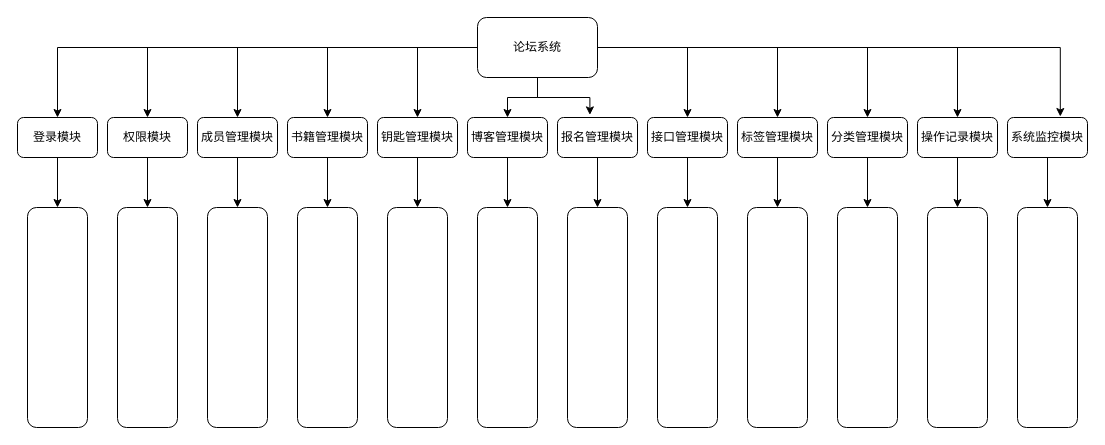
Earlier version of the draw.io diagram 11.drawio (iznilul/A-draw.io). Source tidied: cells renumbered, new cells numbered last; positions are measured from the earlier drawing's top-left corner, leaving out a move shared by most shapes. Both pictures are drawn from the tidied source at 100%, with x=0, y=0 at pixel (-53, 17).
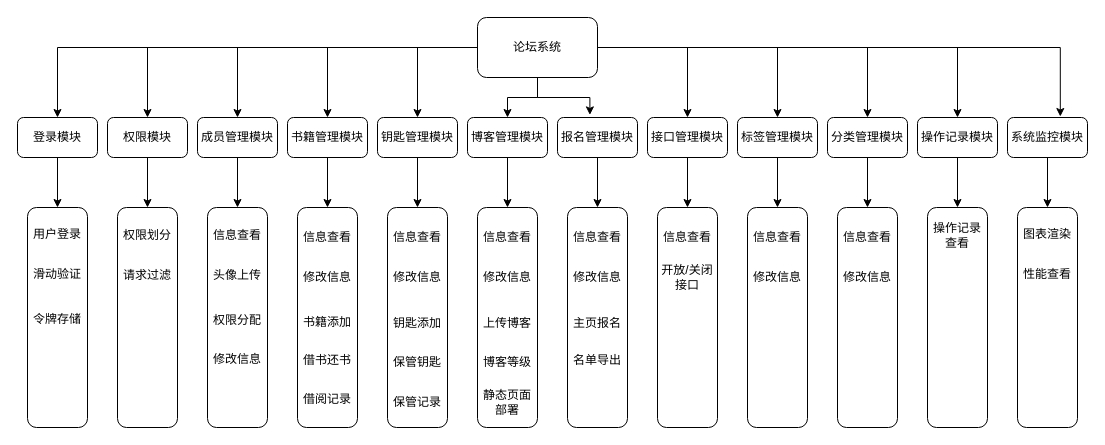
Above is the later version.

Change to the diagram source:
```diff
@@
-    <mxCell id="39" style="rounded=1;whiteSpace=wrap;html=1;rotation=90;" parent="1" vertex="1">
+    <mxCell id="39" style="rounded=1;whiteSpace=wrap;html=1;rotation=90;verticalAlign=middle;" parent="1" vertex="1">
       <mxGeometry y="270" width="220" height="60" as="geometry" />
     </mxCell>
@@
+    <mxCell id="51" value="用户登录" style="text;html=1;strokeColor=none;fillColor=none;align=center;verticalAlign=middle;whiteSpace=wrap;rounded=0;" parent="1" vertex="1">
+      <mxGeometry x="80" y="201.5" width="60" height="30" as="geometry" />
+    </mxCell>
+    <mxCell id="52" value="滑动验证" style="text;html=1;strokeColor=none;fillColor=none;align=center;verticalAlign=middle;whiteSpace=wrap;rounded=0;" parent="1" vertex="1">
+      <mxGeometry x="80" y="241.5" width="60" height="30" as="geometry" />
+    </mxCell>
+    <mxCell id="53" value="令牌存储" style="text;html=1;strokeColor=none;fillColor=none;align=center;verticalAlign=middle;whiteSpace=wrap;rounded=0;" parent="1" vertex="1">
+      <mxGeometry x="80" y="286.5" width="60" height="30" as="geometry" />
+    </mxCell>
+    <mxCell id="54" value="权限划分" style="text;html=1;strokeColor=none;fillColor=none;align=center;verticalAlign=middle;whiteSpace=wrap;rounded=0;" parent="1" vertex="1">
+      <mxGeometry x="170" y="203" width="60" height="30" as="geometry" />
+    </mxCell>
+    <mxCell id="55" value="请求过滤" style="text;html=1;strokeColor=none;fillColor=none;align=center;verticalAlign=middle;whiteSpace=wrap;rounded=0;" parent="1" vertex="1">
+      <mxGeometry x="170" y="243" width="60" height="30" as="geometry" />
+    </mxCell>
+    <mxCell id="56" value="信息查看" style="text;html=1;strokeColor=none;fillColor=none;align=center;verticalAlign=middle;whiteSpace=wrap;rounded=0;" parent="1" vertex="1">
+      <mxGeometry x="260" y="203" width="60" height="30" as="geometry" />
+    </mxCell>
+    <mxCell id="57" value="头像上传" style="text;html=1;strokeColor=none;fillColor=none;align=center;verticalAlign=middle;whiteSpace=wrap;rounded=0;" parent="1" vertex="1">
+      <mxGeometry x="260" y="243" width="60" height="30" as="geometry" />
+    </mxCell>
+    <mxCell id="58" value="权限分配" style="text;html=1;strokeColor=none;fillColor=none;align=center;verticalAlign=middle;whiteSpace=wrap;rounded=0;" parent="1" vertex="1">
+      <mxGeometry x="260" y="288" width="60" height="30" as="geometry" />
+    </mxCell>
+    <mxCell id="59" value="修改信息" style="text;html=1;strokeColor=none;fillColor=none;align=center;verticalAlign=middle;whiteSpace=wrap;rounded=0;" parent="1" vertex="1">
+      <mxGeometry x="260" y="323" width="60" height="37" as="geometry" />
+    </mxCell>
+    <mxCell id="60" value="信息查看" style="text;html=1;strokeColor=none;fillColor=none;align=center;verticalAlign=middle;whiteSpace=wrap;rounded=0;" parent="1" vertex="1">
+      <mxGeometry x="350" y="204.5" width="60" height="30" as="geometry" />
+    </mxCell>
+    <mxCell id="61" value="修改信息" style="text;html=1;strokeColor=none;fillColor=none;align=center;verticalAlign=middle;whiteSpace=wrap;rounded=0;" parent="1" vertex="1">
+      <mxGeometry x="350" y="244.5" width="60" height="30" as="geometry" />
+    </mxCell>
+    <mxCell id="62" value="书籍添加" style="text;html=1;strokeColor=none;fillColor=none;align=center;verticalAlign=middle;whiteSpace=wrap;rounded=0;" parent="1" vertex="1">
+      <mxGeometry x="350" y="289.5" width="60" height="30" as="geometry" />
+    </mxCell>
+    <mxCell id="63" value="借书还书" style="text;html=1;strokeColor=none;fillColor=none;align=center;verticalAlign=middle;whiteSpace=wrap;rounded=0;" parent="1" vertex="1">
+      <mxGeometry x="350" y="324.5" width="60" height="37" as="geometry" />
+    </mxCell>
+    <mxCell id="64" value="借阅记录" style="text;html=1;strokeColor=none;fillColor=none;align=center;verticalAlign=middle;whiteSpace=wrap;rounded=0;" parent="1" vertex="1">
+      <mxGeometry x="350" y="364.5" width="60" height="35.5" as="geometry" />
+    </mxCell>
+    <mxCell id="65" value="钥匙添加" style="text;html=1;strokeColor=none;fillColor=none;align=center;verticalAlign=middle;whiteSpace=wrap;rounded=0;" parent="1" vertex="1">
+      <mxGeometry x="440" y="291" width="60" height="30" as="geometry" />
+    </mxCell>
+    <mxCell id="66" value="保管钥匙" style="text;html=1;strokeColor=none;fillColor=none;align=center;verticalAlign=middle;whiteSpace=wrap;rounded=0;" parent="1" vertex="1">
+      <mxGeometry x="440" y="326" width="60" height="37" as="geometry" />
+    </mxCell>
+    <mxCell id="67" value="保管记录" style="text;html=1;strokeColor=none;fillColor=none;align=center;verticalAlign=middle;whiteSpace=wrap;rounded=0;" parent="1" vertex="1">
+      <mxGeometry x="440" y="366" width="60" height="37" as="geometry" />
+    </mxCell>
+    <mxCell id="68" value="上传博客" style="text;html=1;strokeColor=none;fillColor=none;align=center;verticalAlign=middle;whiteSpace=wrap;rounded=0;" parent="1" vertex="1">
+      <mxGeometry x="530" y="291" width="60" height="30" as="geometry" />
+    </mxCell>
+    <mxCell id="69" value="博客等级" style="text;html=1;strokeColor=none;fillColor=none;align=center;verticalAlign=middle;whiteSpace=wrap;rounded=0;" parent="1" vertex="1">
+      <mxGeometry x="530" y="326" width="60" height="37" as="geometry" />
+    </mxCell>
+    <mxCell id="70" value="静态页面部署" style="text;html=1;strokeColor=none;fillColor=none;align=center;verticalAlign=middle;whiteSpace=wrap;rounded=0;" parent="1" vertex="1">
+      <mxGeometry x="530" y="366" width="60" height="37" as="geometry" />
+    </mxCell>
+    <mxCell id="71" value="主页报名" style="text;html=1;strokeColor=none;fillColor=none;align=center;verticalAlign=middle;whiteSpace=wrap;rounded=0;" parent="1" vertex="1">
+      <mxGeometry x="620" y="291" width="60" height="30" as="geometry" />
+    </mxCell>
+    <mxCell id="72" value="操作记录查看" style="text;html=1;strokeColor=none;fillColor=none;align=center;verticalAlign=middle;whiteSpace=wrap;rounded=0;" parent="1" vertex="1">
+      <mxGeometry x="980" y="203" width="60" height="30" as="geometry" />
+    </mxCell>
+    <mxCell id="73" value="图表渲染" style="text;html=1;strokeColor=none;fillColor=none;align=center;verticalAlign=middle;whiteSpace=wrap;rounded=0;" parent="1" vertex="1">
+      <mxGeometry x="1070" y="201.5" width="60" height="30" as="geometry" />
+    </mxCell>
+    <mxCell id="74" value="性能查看" style="text;html=1;strokeColor=none;fillColor=none;align=center;verticalAlign=middle;whiteSpace=wrap;rounded=0;" parent="1" vertex="1">
+      <mxGeometry x="1070" y="241.5" width="60" height="30" as="geometry" />
+    </mxCell>
+    <mxCell id="75" value="信息查看" style="text;html=1;strokeColor=none;fillColor=none;align=center;verticalAlign=middle;whiteSpace=wrap;rounded=0;" parent="1" vertex="1">
+      <mxGeometry x="440" y="204.5" width="60" height="30" as="geometry" />
+    </mxCell>
+    <mxCell id="76" value="修改信息" style="text;html=1;strokeColor=none;fillColor=none;align=center;verticalAlign=middle;whiteSpace=wrap;rounded=0;" parent="1" vertex="1">
+      <mxGeometry x="440" y="244.5" width="60" height="30" as="geometry" />
+    </mxCell>
+    <mxCell id="77" value="信息查看" style="text;html=1;strokeColor=none;fillColor=none;align=center;verticalAlign=middle;whiteSpace=wrap;rounded=0;" parent="1" vertex="1">
+      <mxGeometry x="530" y="204.5" width="60" height="30" as="geometry" />
+    </mxCell>
+    <mxCell id="78" value="修改信息" style="text;html=1;strokeColor=none;fillColor=none;align=center;verticalAlign=middle;whiteSpace=wrap;rounded=0;" parent="1" vertex="1">
+      <mxGeometry x="530" y="244.5" width="60" height="30" as="geometry" />
+    </mxCell>
+    <mxCell id="79" value="信息查看" style="text;html=1;strokeColor=none;fillColor=none;align=center;verticalAlign=middle;whiteSpace=wrap;rounded=0;" parent="1" vertex="1">
+      <mxGeometry x="620" y="204.5" width="60" height="30" as="geometry" />
+    </mxCell>
+    <mxCell id="80" value="修改信息" style="text;html=1;strokeColor=none;fillColor=none;align=center;verticalAlign=middle;whiteSpace=wrap;rounded=0;" parent="1" vertex="1">
+      <mxGeometry x="620" y="244.5" width="60" height="30" as="geometry" />
+    </mxCell>
+    <mxCell id="81" value="信息查看" style="text;html=1;strokeColor=none;fillColor=none;align=center;verticalAlign=middle;whiteSpace=wrap;rounded=0;" parent="1" vertex="1">
+      <mxGeometry x="710" y="204.5" width="60" height="30" as="geometry" />
+    </mxCell>
+    <mxCell id="82" value="开放/关闭接口" style="text;html=1;strokeColor=none;fillColor=none;align=center;verticalAlign=middle;whiteSpace=wrap;rounded=0;" parent="1" vertex="1">
+      <mxGeometry x="710" y="244.5" width="60" height="30" as="geometry" />
+    </mxCell>
+    <mxCell id="83" value="信息查看" style="text;html=1;strokeColor=none;fillColor=none;align=center;verticalAlign=middle;whiteSpace=wrap;rounded=0;" parent="1" vertex="1">
+      <mxGeometry x="800" y="204.5" width="60" height="30" as="geometry" />
+    </mxCell>
+    <mxCell id="84" value="修改信息" style="text;html=1;strokeColor=none;fillColor=none;align=center;verticalAlign=middle;whiteSpace=wrap;rounded=0;" parent="1" vertex="1">
+      <mxGeometry x="800" y="244.5" width="60" height="30" as="geometry" />
+    </mxCell>
+    <mxCell id="85" value="信息查看" style="text;html=1;strokeColor=none;fillColor=none;align=center;verticalAlign=middle;whiteSpace=wrap;rounded=0;" parent="1" vertex="1">
+      <mxGeometry x="890" y="204.5" width="60" height="30" as="geometry" />
+    </mxCell>
+    <mxCell id="86" value="修改信息" style="text;html=1;strokeColor=none;fillColor=none;align=center;verticalAlign=middle;whiteSpace=wrap;rounded=0;" parent="1" vertex="1">
+      <mxGeometry x="890" y="244.5" width="60" height="30" as="geometry" />
+    </mxCell>
+    <mxCell id="87" value="名单导出" style="text;html=1;strokeColor=none;fillColor=none;align=center;verticalAlign=middle;whiteSpace=wrap;rounded=0;" parent="1" vertex="1">
+      <mxGeometry x="620" y="328" width="60" height="30" as="geometry" />
+    </mxCell>
```
